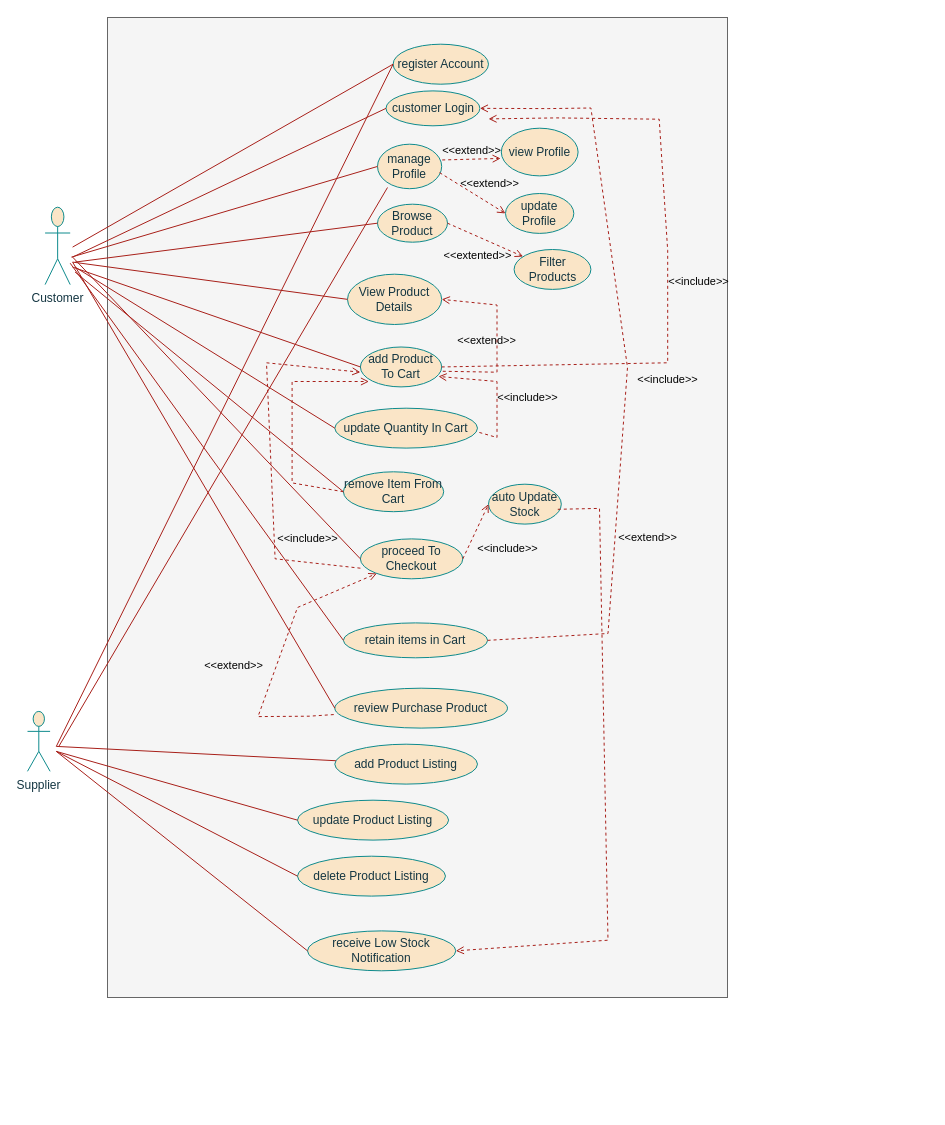
This is page "combine diagram" (3 of 3) of Artifact1-UseCase-Diagram.drawio from Mustafa-bangash/SCD-Project, a draw.io file, before an edit. Source tidied: cells renumbered, new cells numbered last; positions are measured from the earlier drawing's top-left corner, leaving out a move shared by most shapes. Both pictures are drawn from the tidied source at 100%, with x=0, y=0 at pixel (27, 17).
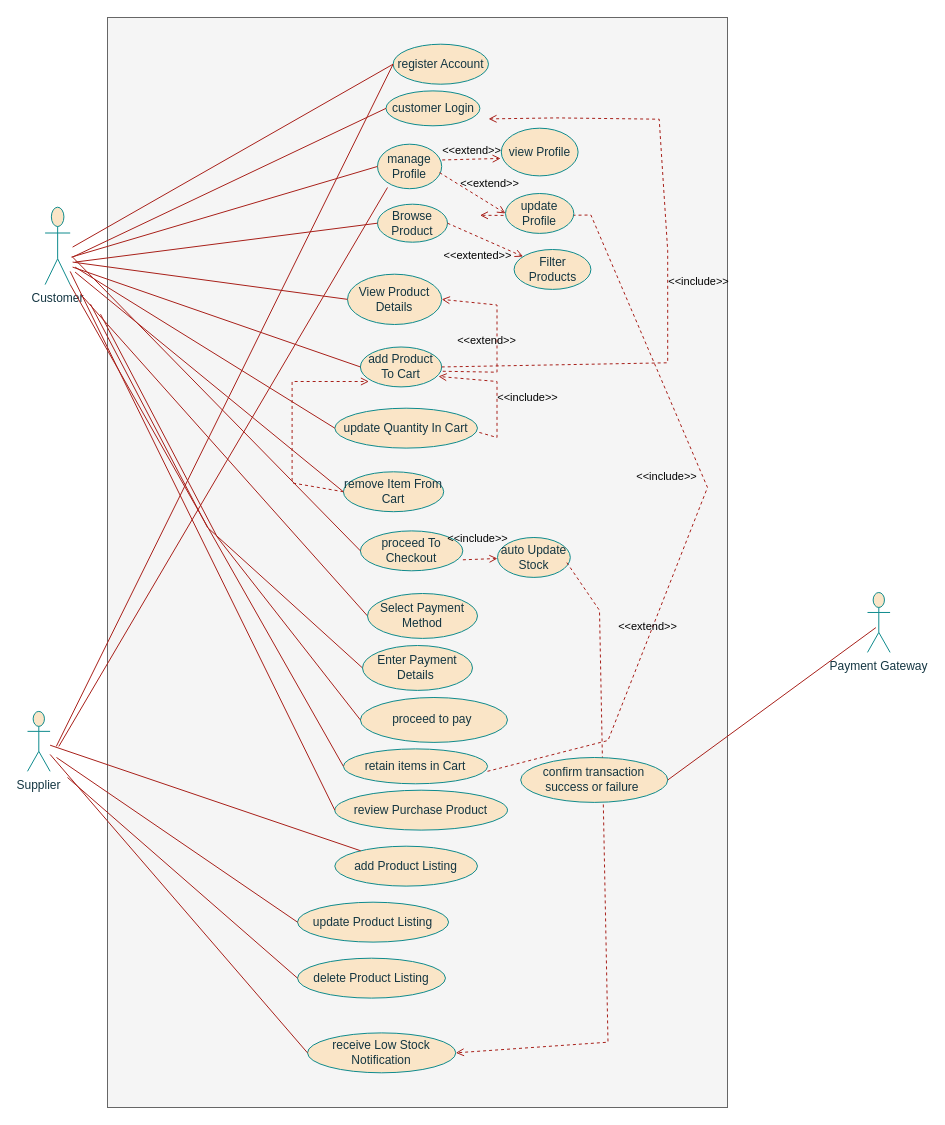
The same diagram, later.

Commit message:
updated useCase Diagram

The change refers to these unchanged cells:
```xml
<mxCell id="4" style="group;" parent="2" vertex="1">
  <mxGeometry y="26.7" width="640.2" height="926.6" as="geometry" />
</mxCell>
<mxCell id="6" value="customer Login" style="ellipse;whiteSpace=wrap;html=1;labelBackgroundColor=none;fillColor=#FAE5C7;strokeColor=#0F8B8D;fontColor=#143642;" parent="4" vertex="1">
  <mxGeometry x="358.5" y="46.7" width="93.9" height="34.9" as="geometry" />
</mxCell>
<mxCell id="20" value="Customer" style="shape=umlActor;verticalLabelPosition=bottom;verticalAlign=top;html=1;outlineConnect=0;labelBackgroundColor=none;fillColor=#FAE5C7;strokeColor=#0F8B8D;fontColor=#143642;" parent="4" vertex="1">
  <mxGeometry x="17.6" y="163" width="25.1" height="77.4" as="geometry" />
</mxCell>
<mxCell id="40" value="Supplier&lt;div&gt;&lt;br&gt;&lt;/div&gt;" style="shape=umlActor;verticalLabelPosition=bottom;verticalAlign=top;html=1;outlineConnect=0;labelBackgroundColor=none;fillColor=#FAE5C7;strokeColor=#0F8B8D;fontColor=#143642;" parent="4" vertex="1">
  <mxGeometry y="667.2" width="22.6" height="59.9" as="geometry" />
</mxCell>
```

What changed in the source:
```diff
@@
     <mxCell id="2" style="group;" parent="1" vertex="1">
-      <mxGeometry width="700" height="980" as="geometry" />
+      <mxGeometry width="700" height="1090" as="geometry" />
     </mxCell>
     <mxCell id="3" value="&lt;pre&gt;&lt;br&gt;&lt;/pre&gt;" style="rounded=0;whiteSpace=wrap;html=1;fillColor=#f5f5f5;strokeColor=#666666;labelBackgroundColor=none;fontColor=#333333;" parent="2" vertex="1">
-      <mxGeometry x="80" width="620" height="980" as="geometry" />
+      <mxGeometry x="80" width="620" height="1090" as="geometry" />
     </mxCell>
@@
     <mxCell id="17" value="retain items in Cart" style="ellipse;whiteSpace=wrap;html=1;labelBackgroundColor=none;fillColor=#FAE5C7;strokeColor=#0F8B8D;fontColor=#143642;" parent="4" vertex="1">
-      <mxGeometry x="315.9" y="578.7" width="144.2" height="34.9" as="geometry" />
+      <mxGeometry x="315.9" y="704.7" width="144.2" height="34.9" as="geometry" />
     </mxCell>
     <mxCell id="18" value="review Purchase Product" style="ellipse;whiteSpace=wrap;html=1;labelBackgroundColor=none;fillColor=#FAE5C7;strokeColor=#0F8B8D;fontColor=#143642;" parent="4" vertex="1">
-      <mxGeometry x="307.3" y="644" width="172.7" height="39.9" as="geometry" />
+      <mxGeometry x="307.3" y="746" width="172.7" height="39.9" as="geometry" />
     </mxCell>
-    <mxCell id="19" value="&amp;lt;&amp;lt;include&amp;gt;&amp;gt;" style="html=1;verticalAlign=bottom;labelBackgroundColor=none;endArrow=open;endFill=0;dashed=1;rounded=0;exitX=1;exitY=0.5;exitDx=0;exitDy=0;entryX=1;entryY=0.5;entryDx=0;entryDy=0;strokeColor=#A8201A;fontColor=default;" parent="4" edge="1" source="17" target="6">
-      <mxGeometry x="-0.03" y="-41" relative="1" as="geometry">
+    <mxCell id="19" value="&amp;lt;&amp;lt;include&amp;gt;&amp;gt;" style="html=1;verticalAlign=bottom;labelBackgroundColor=none;endArrow=open;endFill=0;dashed=1;rounded=0;exitX=1;exitY=0.5;exitDx=0;exitDy=0;entryX=1;entryY=0.5;entryDx=0;entryDy=0;strokeColor=#A8201A;fontColor=default;" parent="4" edge="1">
+      <mxGeometry x="0.03" y="37" relative="1" as="geometry">
+        <mxPoint x="460" y="727.1" as="sourcePoint" />
+        <mxPoint x="452.4" y="171.1" as="targetPoint" />
         <Array as="points">
-          <mxPoint x="580.5" y="589.3" />
-          <mxPoint x="600" y="323.3" />
-          <mxPoint x="563.4" y="63.8" />
-          <mxPoint x="520.7" y="64.4" />
+          <mxPoint x="580.5" y="696.3" />
+          <mxPoint x="680" y="443.3" />
+          <mxPoint x="563.4" y="170.8" />
+          <mxPoint x="520.7" y="171.4" />
         </Array>
       </mxGeometry>
     </mxCell>
@@
-    <mxCell id="29" style="endArrow=none;html=1;rounded=0;entryX=0;entryY=0.5;entryDx=0;entryDy=0;labelBackgroundColor=none;strokeColor=#A8201A;fontColor=default;" parent="4" edge="1" source="20" target="17">
+    <mxCell id="29" style="endArrow=none;html=1;rounded=0;entryX=0;entryY=0.5;entryDx=0;entryDy=0;labelBackgroundColor=none;strokeColor=#A8201A;fontColor=default;exitX=1;exitY=1;exitDx=0;exitDy=0;exitPerimeter=0;" parent="4" edge="1" source="20" target="17">
       <mxGeometry relative="1" as="geometry" />
     </mxCell>
-    <mxCell id="30" style="endArrow=none;html=1;rounded=0;entryX=0;entryY=0.5;entryDx=0;entryDy=0;labelBackgroundColor=none;strokeColor=#A8201A;fontColor=default;" parent="4" edge="1" target="18">
-      <mxGeometry relative="1" as="geometry">
-        <mxPoint x="45.1" y="217.9" as="sourcePoint" />
-      </mxGeometry>
+    <mxCell id="30" style="endArrow=none;html=1;rounded=0;entryX=0;entryY=0.5;entryDx=0;entryDy=0;labelBackgroundColor=none;strokeColor=#A8201A;fontColor=default;" parent="4" edge="1" source="20" target="18">
+      <mxGeometry relative="1" as="geometry" />
     </mxCell>
     <mxCell id="31" value="proceed To Checkout" style="ellipse;whiteSpace=wrap;html=1;labelBackgroundColor=none;fillColor=#FAE5C7;strokeColor=#0F8B8D;fontColor=#143642;" parent="4" vertex="1">
-      <mxGeometry x="332.9" y="494.7" width="102.4" height="39.9" as="geometry" />
+      <mxGeometry x="332.9" y="486.7" width="102.4" height="39.9" as="geometry" />
     </mxCell>
-    <mxCell id="32" value="auto Update Stock" style="ellipse;whiteSpace=wrap;html=1;labelBackgroundColor=none;fillColor=#FAE5C7;strokeColor=#0F8B8D;fontColor=#143642;" parent="4" vertex="1">
-      <mxGeometry x="461" y="440" width="72.8" height="39.9" as="geometry" />
-    </mxCell>
-    <mxCell id="33" value="&amp;lt;&amp;lt;include&amp;gt;&amp;gt;" style="html=1;verticalAlign=bottom;labelBackgroundColor=none;endArrow=open;endFill=0;dashed=1;rounded=0;entryX=0;entryY=0.5;entryDx=0;entryDy=0;exitX=1;exitY=0.5;exitDx=0;exitDy=0;strokeColor=#A8201A;fontColor=default;" parent="4" edge="1" source="31" target="32">
-      <mxGeometry x="-0.33" y="-40" relative="1" as="geometry" />
-    </mxCell>
@@
     <mxCell id="36" value="add Product Listing" style="ellipse;whiteSpace=wrap;html=1;labelBackgroundColor=none;fillColor=#FAE5C7;strokeColor=#0F8B8D;fontColor=#143642;" parent="4" vertex="1">
-      <mxGeometry x="307.3" y="700" width="142.7" height="39.9" as="geometry" />
+      <mxGeometry x="307.3" y="802" width="142.7" height="39.9" as="geometry" />
     </mxCell>
     <mxCell id="37" value="update Product Listing" style="ellipse;whiteSpace=wrap;html=1;labelBackgroundColor=none;fillColor=#FAE5C7;strokeColor=#0F8B8D;fontColor=#143642;" parent="4" vertex="1">
-      <mxGeometry x="270" y="756" width="151.1" height="39.9" as="geometry" />
+      <mxGeometry x="270" y="858" width="151.1" height="39.9" as="geometry" />
     </mxCell>
     <mxCell id="38" value="delete Product Listing" style="ellipse;whiteSpace=wrap;html=1;labelBackgroundColor=none;fillColor=#FAE5C7;strokeColor=#0F8B8D;fontColor=#143642;" parent="4" vertex="1">
-      <mxGeometry x="270" y="812" width="148" height="39.9" as="geometry" />
+      <mxGeometry x="270" y="914" width="148" height="39.9" as="geometry" />
     </mxCell>
     <mxCell id="39" value="receive Low Stock Notification" style="ellipse;whiteSpace=wrap;html=1;labelBackgroundColor=none;fillColor=#FAE5C7;strokeColor=#0F8B8D;fontColor=#143642;" parent="4" vertex="1">
-      <mxGeometry x="280" y="886.7" width="148.3" height="39.9" as="geometry" />
+      <mxGeometry x="280" y="988.7" width="148.3" height="39.9" as="geometry" />
     </mxCell>
@@
-    <mxCell id="43" style="endArrow=none;html=1;rounded=0;labelBackgroundColor=none;strokeColor=#A8201A;fontColor=default;" parent="4" edge="1" target="36">
-      <mxGeometry relative="1" as="geometry">
-        <mxPoint x="28.8" y="702.2" as="sourcePoint" />
-      </mxGeometry>
+    <mxCell id="43" style="endArrow=none;html=1;rounded=0;labelBackgroundColor=none;strokeColor=#A8201A;fontColor=default;" parent="4" edge="1" source="40" target="36">
+      <mxGeometry relative="1" as="geometry" />
     </mxCell>
     <mxCell id="44" style="endArrow=none;html=1;rounded=0;entryX=0;entryY=0.5;entryDx=0;entryDy=0;labelBackgroundColor=none;strokeColor=#A8201A;fontColor=default;" parent="4" edge="1" target="37">
       <mxGeometry relative="1" as="geometry">
-        <mxPoint x="28.8" y="707.2" as="sourcePoint" />
+        <mxPoint x="29" y="713.3" as="sourcePoint" />
       </mxGeometry>
     </mxCell>
     <mxCell id="45" style="endArrow=none;html=1;rounded=0;entryX=0;entryY=0.5;entryDx=0;entryDy=0;labelBackgroundColor=none;strokeColor=#A8201A;fontColor=default;" parent="4" edge="1" target="38">
       <mxGeometry relative="1" as="geometry">
-        <mxPoint x="28.8" y="707.2" as="sourcePoint" />
+        <mxPoint x="40" y="733.3" as="sourcePoint" />
       </mxGeometry>
     </mxCell>
-    <mxCell id="46" style="endArrow=none;html=1;rounded=0;entryX=0;entryY=0.5;entryDx=0;entryDy=0;labelBackgroundColor=none;strokeColor=#A8201A;fontColor=default;" parent="4" edge="1" target="39">
-      <mxGeometry relative="1" as="geometry">
-        <mxPoint x="28.8" y="707.2" as="sourcePoint" />
-      </mxGeometry>
-    </mxCell>
-    <mxCell id="47" value="&amp;lt;&amp;lt;extend&amp;gt;&amp;gt;" style="html=1;verticalAlign=bottom;labelBackgroundColor=none;endArrow=open;endFill=0;dashed=1;rounded=0;exitX=0.952;exitY=0.629;exitDx=0;exitDy=0;entryX=1;entryY=0.5;entryDx=0;entryDy=0;exitPerimeter=0;strokeColor=#A8201A;fontColor=default;" parent="4" edge="1" source="32" target="39">
-      <mxGeometry x="-0.74" y="47" relative="1" as="geometry">
-        <Array as="points">
-          <mxPoint x="572" y="464.2" />
-          <mxPoint x="580.5" y="896" />
-        </Array>
-      </mxGeometry>
-    </mxCell>
@@
-    <mxCell id="52" value="&amp;lt;&amp;lt;extend&amp;gt;&amp;gt;" style="html=1;verticalAlign=bottom;labelBackgroundColor=none;endArrow=open;endFill=0;dashed=1;rounded=0;exitX=-0.006;exitY=0.661;exitDx=0;exitDy=0;exitPerimeter=0;strokeColor=#A8201A;fontColor=default;" parent="4" edge="1" source="18" target="31">
-      <mxGeometry x="-0.23" y="37" relative="1" as="geometry">
-        <Array as="points">
-          <mxPoint x="281.7" y="672" />
-          <mxPoint x="230.5" y="672.4" />
-          <mxPoint x="270" y="563.3" />
-        </Array>
-      </mxGeometry>
-    </mxCell>
@@
-    <mxCell id="54" value="&amp;lt;&amp;lt;include&amp;gt;&amp;gt;" style="html=1;verticalAlign=bottom;labelBackgroundColor=none;endArrow=open;endFill=0;dashed=1;rounded=0;strokeColor=#A8201A;fontColor=default;" parent="4" edge="1">
-      <mxGeometry x="-0.71" y="-15" relative="1" as="geometry">
-        <mxPoint x="332.9" y="524" as="sourcePoint" />
-        <mxPoint x="332.9" y="328" as="targetPoint" />
-        <Array as="points">
-          <mxPoint x="247.6" y="514.6" />
-          <mxPoint x="239" y="318.6" />
-        </Array>
-      </mxGeometry>
-    </mxCell>
+    <mxCell id="55" style="endArrow=none;html=1;rounded=0;entryX=0;entryY=0.5;entryDx=0;entryDy=0;labelBackgroundColor=none;strokeColor=#A8201A;fontColor=default;exitX=1;exitY=1;exitDx=0;exitDy=0;exitPerimeter=0;" parent="4" edge="1" target="60">
+      <mxGeometry relative="1" as="geometry">
+        <mxPoint x="53" y="250" as="sourcePoint" />
+      </mxGeometry>
+    </mxCell>
+    <mxCell id="56" style="endArrow=none;html=1;rounded=0;entryX=0;entryY=0.5;entryDx=0;entryDy=0;labelBackgroundColor=none;strokeColor=#A8201A;fontColor=default;exitX=1;exitY=1;exitDx=0;exitDy=0;exitPerimeter=0;" parent="4" edge="1" target="61">
+      <mxGeometry relative="1" as="geometry">
+        <mxPoint x="63" y="260" as="sourcePoint" />
+        <Array as="points">
+          <mxPoint x="180" y="483.3" />
+        </Array>
+      </mxGeometry>
+    </mxCell>
+    <mxCell id="57" value="proceed to pay&amp;nbsp;" style="ellipse;whiteSpace=wrap;html=1;labelBackgroundColor=none;fillColor=#FAE5C7;strokeColor=#0F8B8D;fontColor=#143642;" parent="4" vertex="1">
+      <mxGeometry x="332.9" y="653.3" width="147.1" height="44.9" as="geometry" />
+    </mxCell>
+    <mxCell id="58" style="endArrow=none;html=1;rounded=0;labelBackgroundColor=none;strokeColor=#A8201A;fontColor=default;exitX=1;exitY=1;exitDx=0;exitDy=0;exitPerimeter=0;entryX=0;entryY=0.5;entryDx=0;entryDy=0;" parent="4" edge="1" target="57">
+      <mxGeometry relative="1" as="geometry">
+        <mxPoint x="73" y="270" as="sourcePoint" />
+        <Array as="points">
+          <mxPoint x="190" y="493.3" />
+        </Array>
+      </mxGeometry>
+    </mxCell>
+    <mxCell id="59" style="endArrow=none;html=1;rounded=0;entryX=0;entryY=0.5;entryDx=0;entryDy=0;labelBackgroundColor=none;strokeColor=#A8201A;fontColor=default;" parent="4" edge="1" source="40" target="39">
+      <mxGeometry relative="1" as="geometry" />
+    </mxCell>
+    <mxCell id="60" value="Select Payment Method" style="ellipse;whiteSpace=wrap;html=1;labelBackgroundColor=none;fillColor=#FAE5C7;strokeColor=#0F8B8D;fontColor=#143642;" parent="2" vertex="1">
+      <mxGeometry x="340" y="576" width="110" height="44.9" as="geometry" />
+    </mxCell>
+    <mxCell id="32" value="auto Update Stock" style="ellipse;whiteSpace=wrap;html=1;labelBackgroundColor=none;fillColor=#FAE5C7;strokeColor=#0F8B8D;fontColor=#143642;" parent="2" vertex="1">
+      <mxGeometry x="470" y="520" width="72.8" height="39.9" as="geometry" />
+    </mxCell>
+    <mxCell id="33" value="&amp;lt;&amp;lt;include&amp;gt;&amp;gt;" style="html=1;verticalAlign=bottom;labelBackgroundColor=none;endArrow=open;endFill=0;dashed=1;rounded=0;entryX=0;entryY=0.5;entryDx=0;entryDy=0;exitX=1;exitY=0.5;exitDx=0;exitDy=0;strokeColor=#A8201A;fontColor=default;" parent="2" edge="1">
+      <mxGeometry x="-0.13" y="12" relative="1" as="geometry">
+        <mxPoint x="435.4" y="542.3" as="sourcePoint" />
+        <mxPoint x="470" y="541" as="targetPoint" />
+      </mxGeometry>
+    </mxCell>
+    <mxCell id="47" value="&amp;lt;&amp;lt;extend&amp;gt;&amp;gt;" style="html=1;verticalAlign=bottom;labelBackgroundColor=none;endArrow=open;endFill=0;dashed=1;rounded=0;exitX=0.952;exitY=0.629;exitDx=0;exitDy=0;entryX=1;entryY=0.5;entryDx=0;entryDy=0;exitPerimeter=0;strokeColor=#A8201A;fontColor=default;" parent="2" edge="1" source="32" target="39">
+      <mxGeometry x="-0.74" y="47" relative="1" as="geometry">
+        <Array as="points">
+          <mxPoint x="572" y="592.9" />
+          <mxPoint x="580.5" y="1024.7" />
+        </Array>
+      </mxGeometry>
+    </mxCell>
+    <mxCell id="61" value="Enter Payment Details&amp;nbsp;" style="ellipse;whiteSpace=wrap;html=1;labelBackgroundColor=none;fillColor=#FAE5C7;strokeColor=#0F8B8D;fontColor=#143642;" parent="2" vertex="1">
+      <mxGeometry x="335" y="628" width="110" height="44.9" as="geometry" />
+    </mxCell>
+    <mxCell id="62" value="confirm transaction success or failure&amp;nbsp;" style="ellipse;whiteSpace=wrap;html=1;labelBackgroundColor=none;fillColor=#FAE5C7;strokeColor=#0F8B8D;fontColor=#143642;" parent="2" vertex="1">
+      <mxGeometry x="493.2" y="740" width="147.1" height="44.9" as="geometry" />
+    </mxCell>
+    <mxCell id="63" value="Payment Gateway&lt;div&gt;&lt;br&gt;&lt;/div&gt;" style="shape=umlActor;verticalLabelPosition=bottom;verticalAlign=top;html=1;labelBackgroundColor=none;fillColor=#FAE5C7;strokeColor=#0F8B8D;fontColor=#143642;" parent="1" vertex="1">
+      <mxGeometry x="840" y="575" width="22.6" height="59.9" as="geometry" />
+    </mxCell>
+    <mxCell id="64" style="endArrow=none;html=1;rounded=0;entryX=0;entryY=0.5;entryDx=0;entryDy=0;labelBackgroundColor=none;strokeColor=#A8201A;fontColor=default;exitX=1;exitY=0.5;exitDx=0;exitDy=0;" parent="1" edge="1" source="62">
+      <mxGeometry relative="1" as="geometry">
+        <mxPoint x="848.4" y="610.1" as="targetPoint" />
+      </mxGeometry>
+    </mxCell>
```
